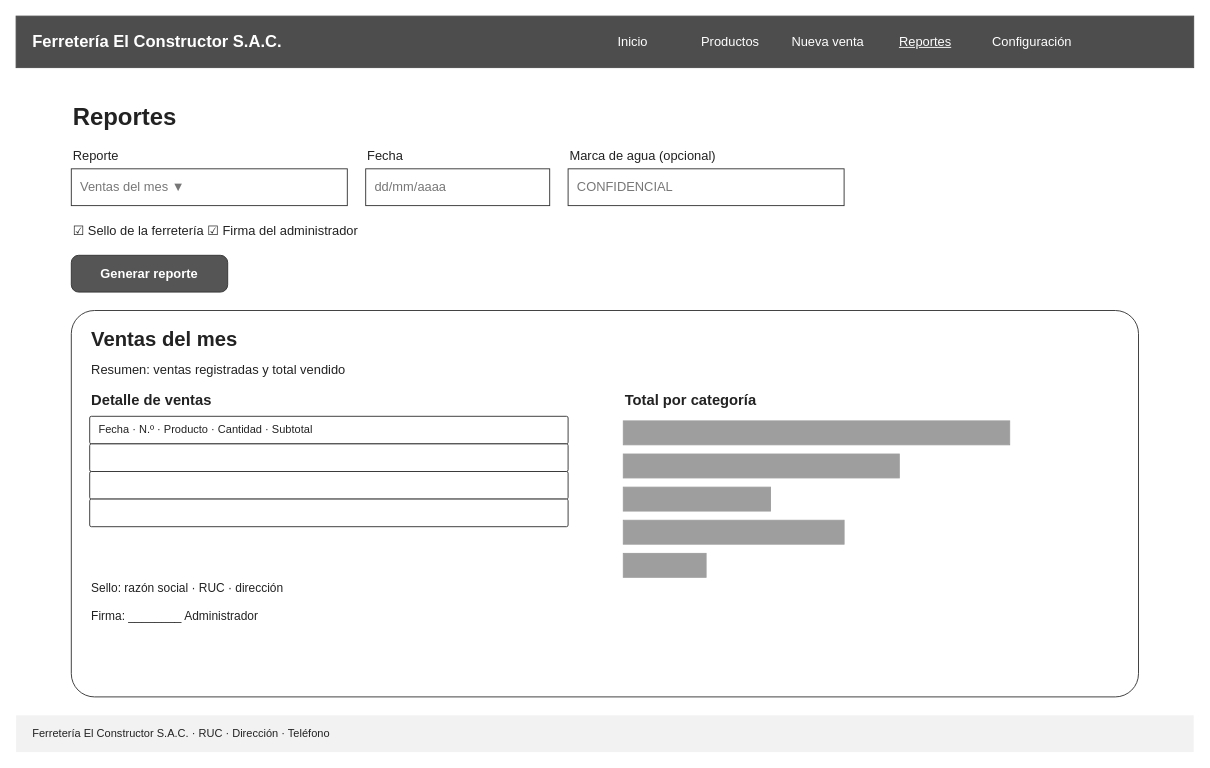
Before: page "Reportes (computadora)" (5 of 12) of docs/bocetos/ferreteria-bocetos.drawio in oropezadev-wq/ferreteria-ventas, a draw.io diagram. Source tidied: cells renumbered, new cells numbered last; positions are measured from the earlier drawing's top-left corner, leaving out a move shared by most shapes. Both pictures are drawn from the tidied source at 92%, with x=0, y=0 at pixel (16, 16).
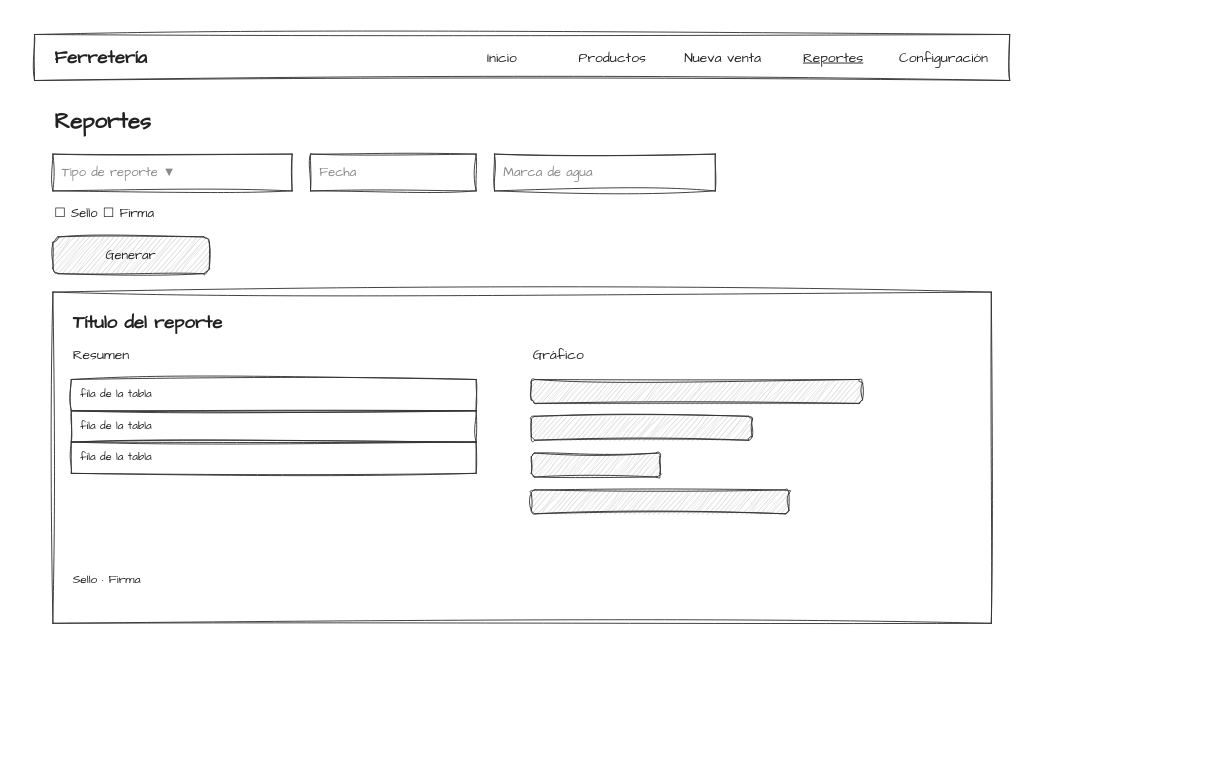
After the change.

What changed in the source:
```diff
@@
-    <mxCell id="2" value="Ferretería El Constructor S.A.C." style="rounded=0;whiteSpace=wrap;html=1;fillColor=#4D4D4D;strokeColor=#4D4D4D;fontColor=#FFFFFF;fontFamily=Arial;align=left;spacingLeft=16;fontStyle=1;fontSize=18;" parent="1" vertex="1">
-      <mxGeometry width="1280" height="56" as="geometry" />
+    <mxCell id="2" style="rounded=0;whiteSpace=wrap;html=1;fillColor=none;sketch=1;curveFitting=1;jiggle=2;fontFamily=Comic Sans MS;fontColor=#222222;strokeColor=#333333;fontSize=14;" parent="1" vertex="1">
+      <mxGeometry x="20" y="20" width="1060" height="50" as="geometry" />
     </mxCell>
-    <mxCell id="3" value="Inicio" style="text;html=1;align=center;verticalAlign=middle;fontFamily=Arial;fontColor=#FFFFFF;fontSize=14;" parent="1" vertex="1">
-      <mxGeometry x="620" y="12" width="100" height="32" as="geometry" />
+    <mxCell id="3" value="Ferretería" style="text;html=1;align=left;verticalAlign=middle;whiteSpace=wrap;fontFamily=Comic Sans MS;fontColor=#222222;fontStyle=1;fontSize=20;" parent="1" vertex="1">
+      <mxGeometry x="40" y="25" width="300" height="40" as="geometry" />
     </mxCell>
-    <mxCell id="4" value="Productos" style="text;html=1;align=center;verticalAlign=middle;fontFamily=Arial;fontColor=#FFFFFF;fontSize=14;" parent="1" vertex="1">
-      <mxGeometry x="726" y="12" width="100" height="32" as="geometry" />
+    <mxCell id="4" value="Inicio" style="text;html=1;align=center;verticalAlign=middle;fontFamily=Comic Sans MS;fontColor=#222222;fontSize=15;" parent="1" vertex="1">
+      <mxGeometry x="470" y="30" width="116" height="30" as="geometry" />
     </mxCell>
-    <mxCell id="5" value="Nueva venta" style="text;html=1;align=center;verticalAlign=middle;fontFamily=Arial;fontColor=#FFFFFF;fontSize=14;" parent="1" vertex="1">
-      <mxGeometry x="832" y="12" width="100" height="32" as="geometry" />
+    <mxCell id="5" value="Productos" style="text;html=1;align=center;verticalAlign=middle;fontFamily=Comic Sans MS;fontColor=#222222;fontSize=15;" parent="1" vertex="1">
+      <mxGeometry x="590" y="30" width="116" height="30" as="geometry" />
     </mxCell>
-    <mxCell id="6" value="&lt;u&gt;Reportes&lt;/u&gt;" style="text;html=1;align=center;verticalAlign=middle;fontFamily=Arial;fontColor=#FFFFFF;fontSize=14;" parent="1" vertex="1">
-      <mxGeometry x="938" y="12" width="100" height="32" as="geometry" />
+    <mxCell id="6" value="Nueva venta" style="text;html=1;align=center;verticalAlign=middle;fontFamily=Comic Sans MS;fontColor=#222222;fontSize=15;" parent="1" vertex="1">
+      <mxGeometry x="710" y="30" width="116" height="30" as="geometry" />
     </mxCell>
-    <mxCell id="7" value="Configuración" style="text;html=1;align=center;verticalAlign=middle;fontFamily=Arial;fontColor=#FFFFFF;fontSize=14;" parent="1" vertex="1">
-      <mxGeometry x="1044" y="12" width="120" height="32" as="geometry" />
+    <mxCell id="7" value="&lt;u&gt;Reportes&lt;/u&gt;" style="text;html=1;align=center;verticalAlign=middle;fontFamily=Comic Sans MS;fontColor=#222222;fontSize=15;" parent="1" vertex="1">
+      <mxGeometry x="830" y="30" width="116" height="30" as="geometry" />
     </mxCell>
-    <mxCell id="8" value="Ferretería El Constructor S.A.C. · RUC · Dirección · Teléfono" style="text;html=1;align=left;verticalAlign=middle;whiteSpace=wrap;fontFamily=Arial;fontColor=#222222;fillColor=#F2F2F2;spacingLeft=16;fontSize=12;" parent="1" vertex="1">
-      <mxGeometry y="760" width="1280" height="40" as="geometry" />
+    <mxCell id="8" value="Configuración" style="text;html=1;align=center;verticalAlign=middle;fontFamily=Comic Sans MS;fontColor=#222222;fontSize=15;" parent="1" vertex="1">
+      <mxGeometry x="950" y="30" width="116" height="30" as="geometry" />
     </mxCell>
-    <mxCell id="9" value="Reportes" style="text;html=1;align=left;verticalAlign=middle;whiteSpace=wrap;fontFamily=Arial;fontColor=#222222;fontStyle=1;fontSize=26;" parent="1" vertex="1">
-      <mxGeometry x="60" y="90" width="400" height="40" as="geometry" />
+    <mxCell id="9" value="Reportes" style="text;html=1;align=left;verticalAlign=middle;whiteSpace=wrap;fontFamily=Comic Sans MS;fontColor=#222222;fontStyle=1;fontSize=24;" parent="1" vertex="1">
+      <mxGeometry x="40" y="95" width="400" height="40" as="geometry" />
     </mxCell>
-    <mxCell id="10" value="Reporte" style="text;html=1;align=left;verticalAlign=middle;whiteSpace=wrap;fontFamily=Arial;fontColor=#222222;fontSize=14;" parent="1" vertex="1">
-      <mxGeometry x="60" y="140" width="200" height="24" as="geometry" />
+    <mxCell id="10" value="Tipo de reporte ▼" style="rounded=0;whiteSpace=wrap;html=1;fillColor=none;align=left;spacingLeft=8;sketch=1;curveFitting=1;jiggle=2;fontFamily=Comic Sans MS;fontColor=#888888;strokeColor=#333333;fontSize=14;" parent="1" vertex="1">
+      <mxGeometry x="40" y="150" width="260" height="40" as="geometry" />
     </mxCell>
-    <mxCell id="11" value="Ventas del mes  ▼" style="rounded=0;whiteSpace=wrap;html=1;fillColor=#FFFFFF;align=left;spacingLeft=8;fontColor=#777777;strokeColor=#333333;fontFamily=Arial;fontSize=14;" parent="1" vertex="1">
-      <mxGeometry x="60" y="166" width="300" height="40" as="geometry" />
+    <mxCell id="11" value="Fecha" style="rounded=0;whiteSpace=wrap;html=1;fillColor=none;align=left;spacingLeft=8;sketch=1;curveFitting=1;jiggle=2;fontFamily=Comic Sans MS;fontColor=#888888;strokeColor=#333333;fontSize=14;" parent="1" vertex="1">
+      <mxGeometry x="320" y="150" width="180" height="40" as="geometry" />
     </mxCell>
-    <mxCell id="12" value="Fecha" style="text;html=1;align=left;verticalAlign=middle;whiteSpace=wrap;fontFamily=Arial;fontColor=#222222;fontSize=14;" parent="1" vertex="1">
-      <mxGeometry x="380" y="140" width="200" height="24" as="geometry" />
+    <mxCell id="12" value="Marca de agua" style="rounded=0;whiteSpace=wrap;html=1;fillColor=none;align=left;spacingLeft=8;sketch=1;curveFitting=1;jiggle=2;fontFamily=Comic Sans MS;fontColor=#888888;strokeColor=#333333;fontSize=14;" parent="1" vertex="1">
+      <mxGeometry x="520" y="150" width="240" height="40" as="geometry" />
     </mxCell>
-    <mxCell id="13" value="dd/mm/aaaa" style="rounded=0;whiteSpace=wrap;html=1;fillColor=#FFFFFF;align=left;spacingLeft=8;fontColor=#777777;strokeColor=#333333;fontFamily=Arial;fontSize=14;" parent="1" vertex="1">
-      <mxGeometry x="380" y="166" width="200" height="40" as="geometry" />
+    <mxCell id="13" value="☐ Sello     ☐ Firma" style="text;html=1;align=left;verticalAlign=middle;whiteSpace=wrap;fontFamily=Comic Sans MS;fontColor=#222222;fontSize=14;" parent="1" vertex="1">
+      <mxGeometry x="40" y="200" width="600" height="30" as="geometry" />
     </mxCell>
-    <mxCell id="14" value="Marca de agua (opcional)" style="text;html=1;align=left;verticalAlign=middle;whiteSpace=wrap;fontFamily=Arial;fontColor=#222222;fontSize=14;" parent="1" vertex="1">
-      <mxGeometry x="600" y="140" width="300" height="24" as="geometry" />
+    <mxCell id="14" value="Generar" style="rounded=1;whiteSpace=wrap;html=1;fillColor=#CCCCCC;fillStyle=hachure;sketch=1;curveFitting=1;jiggle=2;fontFamily=Comic Sans MS;fontColor=#222222;strokeColor=#333333;fontSize=14;" parent="1" vertex="1">
+      <mxGeometry x="40" y="240" width="170" height="40" as="geometry" />
     </mxCell>
-    <mxCell id="15" value="CONFIDENCIAL" style="rounded=0;whiteSpace=wrap;html=1;fillColor=#FFFFFF;align=left;spacingLeft=8;fontColor=#777777;strokeColor=#333333;fontFamily=Arial;fontSize=14;" parent="1" vertex="1">
-      <mxGeometry x="600" y="166" width="300" height="40" as="geometry" />
+    <mxCell id="15" style="rounded=0;whiteSpace=wrap;html=1;fillColor=none;sketch=1;curveFitting=1;jiggle=2;fontFamily=Comic Sans MS;fontColor=#222222;strokeColor=#333333;fontSize=14;" parent="1" vertex="1">
+      <mxGeometry x="40" y="300" width="1020" height="360" as="geometry" />
     </mxCell>
-    <mxCell id="16" value="☑ Sello de la ferretería     ☑ Firma del administrador" style="text;html=1;align=left;verticalAlign=middle;whiteSpace=wrap;fontFamily=Arial;fontColor=#222222;fontSize=14;" parent="1" vertex="1">
-      <mxGeometry x="60" y="220" width="600" height="26" as="geometry" />
+    <mxCell id="16" value="Título del reporte" style="text;html=1;align=left;verticalAlign=middle;whiteSpace=wrap;fontFamily=Comic Sans MS;fontColor=#222222;fontStyle=1;fontSize=20;" parent="1" vertex="1">
+      <mxGeometry x="60" y="315" width="400" height="34" as="geometry" />
     </mxCell>
-    <mxCell id="17" value="Generar reporte" style="rounded=1;arcSize=20;whiteSpace=wrap;html=1;fillColor=#555555;fontColor=#FFFFFF;fontStyle=1;strokeColor=#333333;fontFamily=Arial;fontSize=14;" parent="1" vertex="1">
-      <mxGeometry x="60" y="260" width="170" height="40" as="geometry" />
+    <mxCell id="17" value="Resumen" style="text;html=1;align=left;verticalAlign=middle;whiteSpace=wrap;fontFamily=Comic Sans MS;fontColor=#222222;fontSize=15;" parent="1" vertex="1">
+      <mxGeometry x="60" y="355" width="400" height="26" as="geometry" />
     </mxCell>
-    <mxCell id="18" style="rounded=1;arcSize=6;whiteSpace=wrap;html=1;fillColor=#FFFFFF;strokeColor=#333333;fontFamily=Arial;fontColor=#222222;fontSize=14;" parent="1" vertex="1">
-      <mxGeometry x="60" y="320" width="1160" height="420" as="geometry" />
+    <mxCell id="18" value="fila de la tabla" style="rounded=0;whiteSpace=wrap;html=1;fillColor=none;sketch=1;curveFitting=1;jiggle=2;fontFamily=Comic Sans MS;fontColor=#222222;strokeColor=#333333;align=left;spacingLeft=8;fontSize=12;" parent="1" vertex="1">
+      <mxGeometry x="60" y="395" width="440" height="34" as="geometry" />
     </mxCell>
-    <mxCell id="19" value="Ventas del mes" style="text;html=1;align=left;verticalAlign=middle;whiteSpace=wrap;fontFamily=Arial;fontColor=#222222;fontStyle=1;fontSize=22;" parent="1" vertex="1">
-      <mxGeometry x="80" y="335" width="600" height="34" as="geometry" />
+    <mxCell id="19" value="fila de la tabla" style="rounded=0;whiteSpace=wrap;html=1;fillColor=none;sketch=1;curveFitting=1;jiggle=2;fontFamily=Comic Sans MS;fontColor=#222222;strokeColor=#333333;align=left;spacingLeft=8;fontSize=12;" parent="1" vertex="1">
+      <mxGeometry x="60" y="429" width="440" height="34" as="geometry" />
     </mxCell>
-    <mxCell id="20" value="Resumen: ventas registradas y total vendido" style="text;html=1;align=left;verticalAlign=middle;whiteSpace=wrap;fontFamily=Arial;fontColor=#222222;fontSize=14;" parent="1" vertex="1">
-      <mxGeometry x="80" y="372" width="600" height="24" as="geometry" />
+    <mxCell id="20" value="fila de la tabla" style="rounded=0;whiteSpace=wrap;html=1;fillColor=none;sketch=1;curveFitting=1;jiggle=2;fontFamily=Comic Sans MS;fontColor=#222222;strokeColor=#333333;align=left;spacingLeft=8;fontSize=12;" parent="1" vertex="1">
+      <mxGeometry x="60" y="463" width="440" height="34" as="geometry" />
     </mxCell>
-    <mxCell id="21" value="Detalle de ventas" style="text;html=1;align=left;verticalAlign=middle;whiteSpace=wrap;fontFamily=Arial;fontColor=#222222;fontStyle=1;fontSize=16;" parent="1" vertex="1">
-      <mxGeometry x="80" y="405" width="500" height="24" as="geometry" />
+    <mxCell id="21" value="Gráfico" style="text;html=1;align=left;verticalAlign=middle;whiteSpace=wrap;fontFamily=Comic Sans MS;fontColor=#222222;fontSize=15;" parent="1" vertex="1">
+      <mxGeometry x="560" y="355" width="300" height="26" as="geometry" />
     </mxCell>
-    <mxCell id="22" value="Fecha · N.º · Producto · Cantidad · Subtotal" style="rounded=1;arcSize=6;whiteSpace=wrap;html=1;fillColor=#FFFFFF;strokeColor=#333333;fontFamily=Arial;fontColor=#222222;align=left;spacingLeft=8;fontSize=12;" parent="1" vertex="1">
-      <mxGeometry x="80" y="435" width="520" height="30" as="geometry" />
+    <mxCell id="22" style="rounded=1;whiteSpace=wrap;html=1;fillColor=#CCCCCC;fillStyle=hachure;sketch=1;curveFitting=1;jiggle=2;fontFamily=Comic Sans MS;fontColor=#222222;strokeColor=#333333;fontSize=14;" parent="1" vertex="1">
+      <mxGeometry x="560" y="395" width="360" height="26" as="geometry" />
     </mxCell>
-    <mxCell id="23" style="rounded=1;arcSize=6;whiteSpace=wrap;html=1;fillColor=#FFFFFF;strokeColor=#333333;fontFamily=Arial;fontColor=#222222;align=left;spacingLeft=8;fontSize=12;" parent="1" vertex="1">
-      <mxGeometry x="80" y="465" width="520" height="30" as="geometry" />
+    <mxCell id="23" style="rounded=1;whiteSpace=wrap;html=1;fillColor=#CCCCCC;fillStyle=hachure;sketch=1;curveFitting=1;jiggle=2;fontFamily=Comic Sans MS;fontColor=#222222;strokeColor=#333333;fontSize=14;" parent="1" vertex="1">
+      <mxGeometry x="560" y="435" width="240" height="26" as="geometry" />
     </mxCell>
-    <mxCell id="24" style="rounded=1;arcSize=6;whiteSpace=wrap;html=1;fillColor=#FFFFFF;strokeColor=#333333;fontFamily=Arial;fontColor=#222222;align=left;spacingLeft=8;fontSize=12;" parent="1" vertex="1">
-      <mxGeometry x="80" y="495" width="520" height="30" as="geometry" />
+    <mxCell id="24" style="rounded=1;whiteSpace=wrap;html=1;fillColor=#CCCCCC;fillStyle=hachure;sketch=1;curveFitting=1;jiggle=2;fontFamily=Comic Sans MS;fontColor=#222222;strokeColor=#333333;fontSize=14;" parent="1" vertex="1">
+      <mxGeometry x="560" y="475" width="140" height="26" as="geometry" />
     </mxCell>
-    <mxCell id="25" style="rounded=1;arcSize=6;whiteSpace=wrap;html=1;fillColor=#FFFFFF;strokeColor=#333333;fontFamily=Arial;fontColor=#222222;align=left;spacingLeft=8;fontSize=12;" parent="1" vertex="1">
-      <mxGeometry x="80" y="525" width="520" height="30" as="geometry" />
+    <mxCell id="25" style="rounded=1;whiteSpace=wrap;html=1;fillColor=#CCCCCC;fillStyle=hachure;sketch=1;curveFitting=1;jiggle=2;fontFamily=Comic Sans MS;fontColor=#222222;strokeColor=#333333;fontSize=14;" parent="1" vertex="1">
+      <mxGeometry x="560" y="515" width="280" height="26" as="geometry" />
     </mxCell>
-    <mxCell id="26" value="Total por categoría" style="text;html=1;align=left;verticalAlign=middle;whiteSpace=wrap;fontFamily=Arial;fontColor=#222222;fontStyle=1;fontSize=16;" parent="1" vertex="1">
-      <mxGeometry x="660" y="405" width="500" height="24" as="geometry" />
+    <mxCell id="26" value="Sello · Firma" style="text;html=1;align=left;verticalAlign=middle;whiteSpace=wrap;fontFamily=Comic Sans MS;fontColor=#222222;fontSize=13;" parent="1" vertex="1">
+      <mxGeometry x="60" y="600" width="600" height="26" as="geometry" />
     </mxCell>
-    <mxCell id="27" style="rounded=0;fillColor=#9E9E9E;strokeColor=#9E9E9E;fontSize=14;" parent="1" vertex="1">
-      <mxGeometry x="660" y="440" width="420" height="26" as="geometry" />
-    </mxCell>
-    <mxCell id="28" style="rounded=0;fillColor=#9E9E9E;strokeColor=#9E9E9E;fontSize=14;" parent="1" vertex="1">
-      <mxGeometry x="660" y="476" width="300" height="26" as="geometry" />
-    </mxCell>
-    <mxCell id="29" style="rounded=0;fillColor=#9E9E9E;strokeColor=#9E9E9E;fontSize=14;" parent="1" vertex="1">
-      <mxGeometry x="660" y="512" width="160" height="26" as="geometry" />
-    </mxCell>
-    <mxCell id="30" style="rounded=0;fillColor=#9E9E9E;strokeColor=#9E9E9E;fontSize=14;" parent="1" vertex="1">
-      <mxGeometry x="660" y="548" width="240" height="26" as="geometry" />
-    </mxCell>
-    <mxCell id="31" style="rounded=0;fillColor=#9E9E9E;strokeColor=#9E9E9E;fontSize=14;" parent="1" vertex="1">
-      <mxGeometry x="660" y="584" width="90" height="26" as="geometry" />
-    </mxCell>
-    <mxCell id="32" value="Sello: razón social · RUC · dirección" style="text;html=1;align=left;verticalAlign=middle;whiteSpace=wrap;fontFamily=Arial;fontColor=#222222;fontSize=13;" parent="1" vertex="1">
-      <mxGeometry x="80" y="610" width="900" height="24" as="geometry" />
-    </mxCell>
-    <mxCell id="33" value="Firma: ________ Administrador" style="text;html=1;align=left;verticalAlign=middle;whiteSpace=wrap;fontFamily=Arial;fontColor=#222222;fontSize=13;" parent="1" vertex="1">
-      <mxGeometry x="80" y="640" width="900" height="24" as="geometry" />
-    </mxCell>
```
